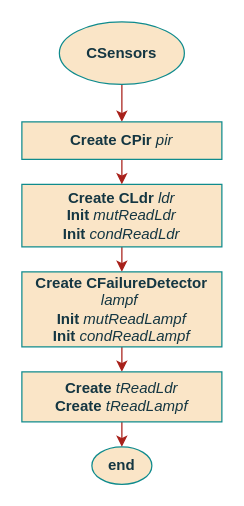
This is page "constructor" (2 of 7) of documentation/flowcharts/02Classes/CSensors.drawio from ESRGgroup9/slipad, a draw.io file, before an edit. Source tidied: cells renumbered, new cells numbered last; positions are measured from the earlier drawing's top-left corner, leaving out a move shared by most shapes. Both pictures are drawn from the tidied source at 125%, with x=0, y=0 at pixel (21, 21).
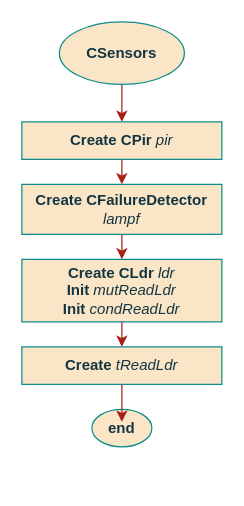
The same page after the edit.

What changed in the source:
```diff
@@
 <mxGraphModel>
   <root>
     <mxCell id="0" />
     <mxCell id="1" parent="0" />
-    <mxCell id="2" style="edgeStyle=orthogonalEdgeStyle;curved=0;rounded=1;sketch=0;jettySize=auto;html=1;exitX=0.5;exitY=1;exitDx=0;exitDy=0;fontSize=10;fontColor=#143642;strokeColor=#A8201A;fillColor=#FAE5C7;entryX=0.5;entryY=0;entryDx=0;entryDy=0;" parent="1" edge="1" source="3" target="5">
-      <mxGeometry relative="1" as="geometry" />
-    </mxCell>
     <mxCell id="3" value="&lt;div&gt;&lt;b&gt;Create CLdr &lt;/b&gt;&lt;i&gt;ldr&lt;/i&gt;&lt;br&gt;&lt;b&gt;&lt;/b&gt;&lt;/div&gt;&lt;div&gt;&lt;b&gt;Init &lt;/b&gt;&lt;i&gt;mutReadLdr&lt;/i&gt;&lt;b&gt;&lt;br&gt;&lt;/b&gt;&lt;/div&gt;&lt;div&gt;&lt;b&gt;Init&lt;/b&gt;  &lt;i&gt;condReadLdr&lt;/i&gt;&lt;/div&gt;" style="rounded=0;whiteSpace=wrap;html=1;sketch=0;fontColor=#143642;strokeColor=#0F8B8D;fillColor=#FAE5C7;fontFamily=Helvetica;align=center;" parent="1" vertex="1">
-      <mxGeometry y="130" width="160" height="50" as="geometry" />
+      <mxGeometry y="190" width="160" height="50" as="geometry" />
     </mxCell>
-    <mxCell id="4" style="edgeStyle=orthogonalEdgeStyle;curved=0;rounded=1;sketch=0;jettySize=auto;html=1;exitX=0.5;exitY=1;exitDx=0;exitDy=0;entryX=0.5;entryY=0;entryDx=0;entryDy=0;fontSize=10;fontColor=#143642;strokeColor=#A8201A;fillColor=#FAE5C7;" parent="1" edge="1" source="5" target="12">
-      <mxGeometry relative="1" as="geometry" />
+    <mxCell id="4" style="edgeStyle=orthogonalEdgeStyle;curved=0;rounded=1;sketch=0;jettySize=auto;html=1;exitX=0.5;exitY=1;exitDx=0;exitDy=0;entryX=0.5;entryY=0;entryDx=0;entryDy=0;fontSize=10;fontColor=#143642;strokeColor=#A8201A;fillColor=#FAE5C7;" parent="1" edge="1" target="12">
+      <mxGeometry relative="1" as="geometry">
+        <mxPoint x="80" y="240" as="sourcePoint" />
+      </mxGeometry>
     </mxCell>
-    <mxCell id="5" value="&lt;div&gt;&lt;b&gt;Create CFailureDetector &lt;/b&gt;&lt;i&gt;lampf&lt;/i&gt;&lt;b&gt;&amp;nbsp;&lt;/b&gt;&lt;/div&gt;&lt;div&gt;&lt;div&gt;&lt;b&gt;Init &lt;/b&gt;&lt;i&gt;mutReadLampf&lt;/i&gt;&lt;b&gt;&lt;br&gt;&lt;/b&gt;&lt;/div&gt;&lt;div&gt;&lt;b&gt;Init&lt;/b&gt;  &lt;i&gt;condReadL&lt;/i&gt;&lt;i&gt;ampf&lt;/i&gt;&lt;/div&gt;&lt;/div&gt;" style="rounded=0;whiteSpace=wrap;html=1;sketch=0;fontColor=#143642;strokeColor=#0F8B8D;fillColor=#FAE5C7;fontFamily=Helvetica;align=center;" parent="1" vertex="1">
-      <mxGeometry y="200" width="160" height="60" as="geometry" />
-    </mxCell>
     <mxCell id="6" style="edgeStyle=orthogonalEdgeStyle;rounded=0;jettySize=auto;html=1;exitX=0.5;exitY=1;exitDx=0;exitDy=0;entryX=0.5;entryY=0;entryDx=0;entryDy=0;strokeColor=#A8201A;" parent="1" edge="1" source="7" target="9">
       <mxGeometry relative="1" as="geometry" />
     </mxCell>
     <mxCell id="7" value="CSensors" style="ellipse;whiteSpace=wrap;html=1;fontFamily=Helvetica;fillColor=#FAE5C7;strokeColor=#0F8B8D;fontColor=#143642;fontStyle=1;" parent="1" vertex="1">
       <mxGeometry x="30" width="100" height="50" as="geometry" />
     </mxCell>
-    <mxCell id="8" style="edgeStyle=orthogonalEdgeStyle;rounded=0;jettySize=auto;html=1;exitX=0.5;exitY=1;exitDx=0;exitDy=0;entryX=0.5;entryY=0;entryDx=0;entryDy=0;strokeColor=#A8201A;" parent="1" edge="1" source="9" target="3">
+    <mxCell id="8" style="edgeStyle=orthogonalEdgeStyle;rounded=0;jettySize=auto;html=1;exitX=0.5;exitY=1;exitDx=0;exitDy=0;entryX=0.5;entryY=0;entryDx=0;entryDy=0;strokeColor=#A8201A;" parent="1" edge="1" source="9" target="14">
       <mxGeometry relative="1" as="geometry" />
     </mxCell>
     <mxCell id="9" value="&lt;div&gt;&lt;b&gt;Create CPir &lt;/b&gt;&lt;i&gt;pir&lt;/i&gt;&lt;br&gt;&lt;/div&gt;" style="rounded=0;whiteSpace=wrap;html=1;sketch=0;fontColor=#143642;strokeColor=#0F8B8D;fillColor=#FAE5C7;fontFamily=Helvetica;align=center;" parent="1" vertex="1">
       <mxGeometry y="80" width="160" height="30" as="geometry" />
     </mxCell>
     <mxCell id="10" value="end" style="ellipse;whiteSpace=wrap;html=1;fillColor=#FAE5C7;strokeColor=#0F8B8D;fontColor=#143642;fontStyle=1;" parent="1" vertex="1">
-      <mxGeometry x="56" y="340" width="48" height="30" as="geometry" />
+      <mxGeometry x="56" y="310" width="48" height="30" as="geometry" />
     </mxCell>
     <mxCell id="11" style="edgeStyle=orthogonalEdgeStyle;rounded=0;jettySize=auto;html=1;exitX=0.5;exitY=1;exitDx=0;exitDy=0;entryX=0.5;entryY=0;entryDx=0;entryDy=0;strokeColor=#A8201A;" parent="1" edge="1" source="12">
       <mxGeometry relative="1" as="geometry">
-        <mxPoint x="80" y="340" as="targetPoint" />
+        <mxPoint x="80" y="320" as="targetPoint" />
       </mxGeometry>
     </mxCell>
-    <mxCell id="12" value="&lt;div&gt;&lt;b&gt;Create &lt;/b&gt;&lt;i&gt;tReadLdr&lt;/i&gt;&lt;br&gt;&lt;div&gt;&lt;b&gt;Create&lt;/b&gt;&lt;i&gt;&lt;b&gt; &lt;/b&gt;tReadL&lt;/i&gt;&lt;i&gt;ampf&lt;/i&gt;&lt;/div&gt;&lt;/div&gt;" style="rounded=0;whiteSpace=wrap;html=1;sketch=0;fontColor=#143642;strokeColor=#0F8B8D;fillColor=#FAE5C7;fontFamily=Helvetica;align=center;" parent="1" vertex="1">
-      <mxGeometry y="280" width="160" height="40" as="geometry" />
+    <mxCell id="12" value="&lt;div&gt;&lt;b&gt;Create &lt;/b&gt;&lt;i&gt;tReadLdr&lt;/i&gt;&lt;br&gt;&lt;/div&gt;" style="rounded=0;whiteSpace=wrap;html=1;sketch=0;fontColor=#143642;strokeColor=#0F8B8D;fillColor=#FAE5C7;fontFamily=Helvetica;align=center;" parent="1" vertex="1">
+      <mxGeometry y="260" width="160" height="30" as="geometry" />
     </mxCell>
+    <mxCell id="13" style="edgeStyle=orthogonalEdgeStyle;rounded=0;jettySize=auto;html=1;exitX=0.5;exitY=1;exitDx=0;exitDy=0;entryX=0.5;entryY=0;entryDx=0;entryDy=0;strokeColor=#A8201A;" parent="1" edge="1" source="14" target="3">
+      <mxGeometry relative="1" as="geometry" />
+    </mxCell>
+    <mxCell id="14" value="&lt;div&gt;&lt;b&gt;Create CFailureDetector &lt;/b&gt;&lt;i&gt;lampf&lt;/i&gt;&lt;b&gt; &lt;br&gt;&lt;/b&gt;&lt;/div&gt;" style="rounded=0;whiteSpace=wrap;html=1;sketch=0;fontColor=#143642;strokeColor=#0F8B8D;fillColor=#FAE5C7;fontFamily=Helvetica;align=center;" parent="1" vertex="1">
+      <mxGeometry y="130" width="160" height="40" as="geometry" />
+    </mxCell>
   </root>
 </mxGraphModel>
```
